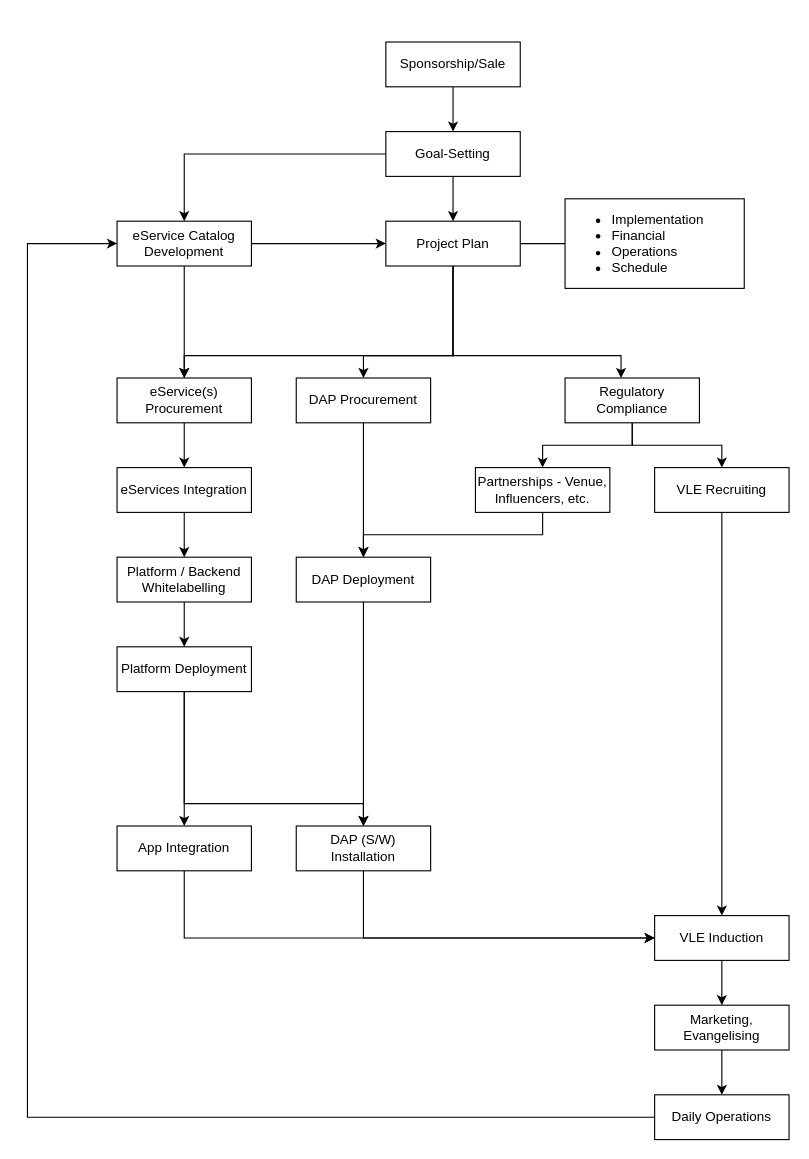
Before: page "Project-Cycle" (5 of 8) of india-lab/india-lab-2021.drawio in akshitsingla/drawio-diagrams, a draw.io diagram. Source tidied: cells renumbered, new cells numbered last; positions are measured from the earlier drawing's top-left corner, leaving out a move shared by most shapes. Both pictures are drawn from the tidied source at 112%, with x=0, y=0 at pixel (27, 41).
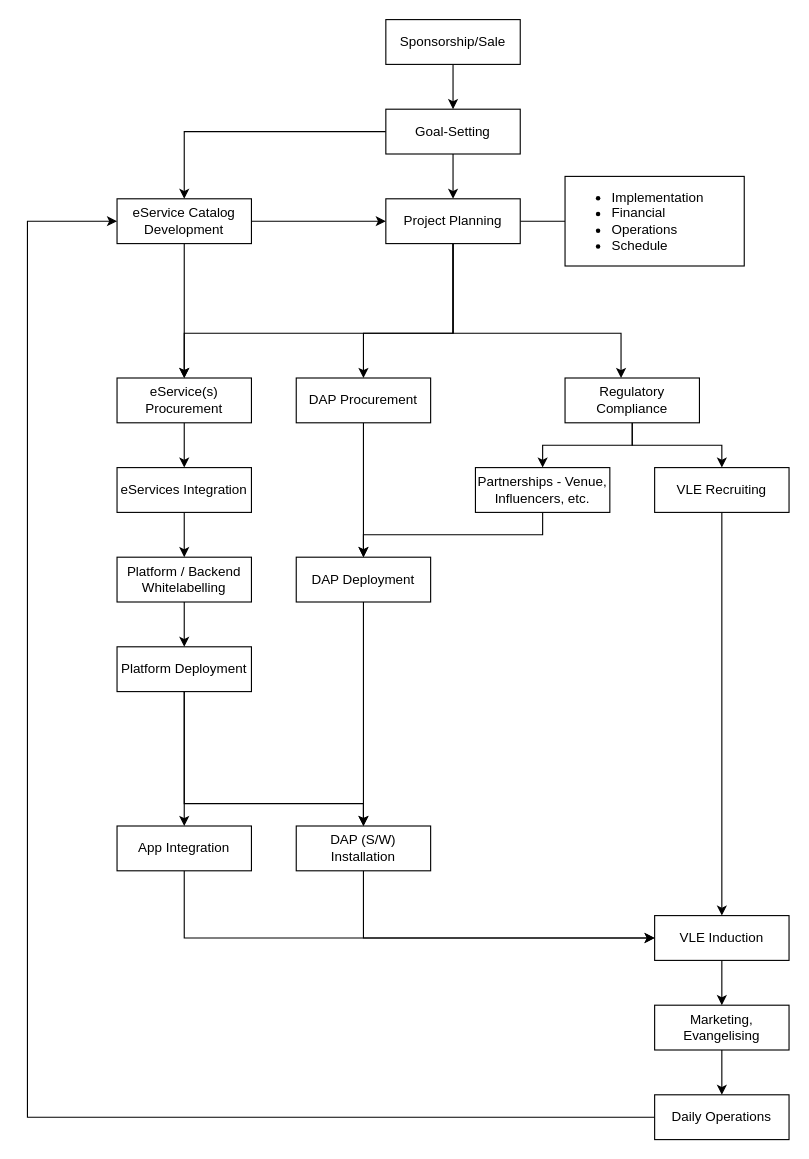
Above is the later version.

Unchanged cells that the change refers to:
```xml
<mxCell id="8" value="DAP Procurement" style="rounded=0;whiteSpace=wrap;html=1;" parent="1" vertex="1">
  <mxGeometry x="240" y="300" width="120" height="40" as="geometry" />
</mxCell>
<mxCell id="31" value="eService(s) Procurement" style="rounded=0;whiteSpace=wrap;html=1;" parent="1" vertex="1">
  <mxGeometry x="80" y="300" width="120" height="40" as="geometry" />
</mxCell>
<mxCell id="39" value="Daily Operations" style="rounded=0;whiteSpace=wrap;html=1;" parent="1" vertex="1">
  <mxGeometry x="560" y="940" width="120" height="40" as="geometry" />
</mxCell>
<mxCell id="42" value="Regulatory Compliance" style="rounded=0;whiteSpace=wrap;html=1;" parent="1" vertex="1">
  <mxGeometry x="480" y="300" width="120" height="40" as="geometry" />
</mxCell>
```

The edit, as a diff of the source:
```diff
@@
     <mxCell id="3" value="Sponsorship/Sale" style="rounded=0;whiteSpace=wrap;html=1;" parent="1" vertex="1">
-      <mxGeometry x="320" width="120" height="40" as="geometry" />
+      <mxGeometry x="320" y="-20" width="120" height="40" as="geometry" />
     </mxCell>
@@
     <mxCell id="6" value="Goal-Setting" style="rounded=0;whiteSpace=wrap;html=1;" parent="1" vertex="1">
-      <mxGeometry x="320" y="80" width="120" height="40" as="geometry" />
+      <mxGeometry x="320" y="60" width="120" height="40" as="geometry" />
     </mxCell>
@@
     <mxCell id="11" style="edgeStyle=orthogonalEdgeStyle;rounded=0;jettySize=auto;html=1;" parent="1" edge="1" source="15" target="8">
       <mxGeometry relative="1" as="geometry">
         <Array as="points">
-          <mxPoint x="380" y="280" />
-          <mxPoint x="300" y="280" />
+          <mxPoint x="380" y="260" />
+          <mxPoint x="300" y="260" />
         </Array>
       </mxGeometry>
     </mxCell>
     <mxCell id="12" style="edgeStyle=orthogonalEdgeStyle;rounded=0;jettySize=auto;html=1;entryX=0;entryY=0.5;entryDx=0;entryDy=0;endArrow=none;endFill=0;exitX=1;exitY=0.5;exitDx=0;exitDy=0;" parent="1" edge="1" source="15" target="43">
       <mxGeometry relative="1" as="geometry">
         <Array as="points">
-          <mxPoint x="460" y="180" />
-          <mxPoint x="460" y="180" />
+          <mxPoint x="460" y="160" />
+          <mxPoint x="460" y="160" />
         </Array>
       </mxGeometry>
     </mxCell>
     <mxCell id="13" style="edgeStyle=orthogonalEdgeStyle;rounded=0;jettySize=auto;html=1;endArrow=classic;endFill=1;" parent="1" edge="1" source="15" target="42">
       <mxGeometry relative="1" as="geometry">
         <Array as="points">
-          <mxPoint x="380" y="280" />
-          <mxPoint x="530" y="280" />
+          <mxPoint x="380" y="260" />
+          <mxPoint x="530" y="260" />
         </Array>
       </mxGeometry>
     </mxCell>
     <mxCell id="14" style="edgeStyle=orthogonalEdgeStyle;rounded=0;jettySize=auto;html=1;endArrow=classic;endFill=1;" parent="1" edge="1" source="15" target="31">
       <mxGeometry relative="1" as="geometry">
         <Array as="points">
-          <mxPoint x="380" y="280" />
-          <mxPoint x="140" y="280" />
+          <mxPoint x="380" y="260" />
+          <mxPoint x="140" y="260" />
         </Array>
       </mxGeometry>
     </mxCell>
-    <mxCell id="15" value="Project Plan" style="rounded=0;whiteSpace=wrap;html=1;" parent="1" vertex="1">
-      <mxGeometry x="320" y="160" width="120" height="40" as="geometry" />
+    <mxCell id="15" value="Project Planning" style="rounded=0;whiteSpace=wrap;html=1;" parent="1" vertex="1">
+      <mxGeometry x="320" y="140" width="120" height="40" as="geometry" />
     </mxCell>
@@
     <mxCell id="29" value="eService Catalog Development" style="rounded=0;whiteSpace=wrap;html=1;" parent="1" vertex="1">
-      <mxGeometry x="80" y="160" width="120" height="40" as="geometry" />
+      <mxGeometry x="80" y="140" width="120" height="40" as="geometry" />
     </mxCell>
@@
     <mxCell id="38" style="edgeStyle=orthogonalEdgeStyle;rounded=0;jettySize=auto;html=1;entryX=0;entryY=0.5;entryDx=0;entryDy=0;" parent="1" edge="1" source="39" target="29">
       <mxGeometry relative="1" as="geometry">
         <Array as="points">
           <mxPoint y="960" />
-          <mxPoint y="180" />
+          <mxPoint y="160" />
         </Array>
       </mxGeometry>
     </mxCell>
@@
     <mxCell id="43" value="&lt;ul&gt;&lt;li&gt;Implementation&lt;/li&gt;&lt;li&gt;Financial&lt;/li&gt;&lt;li&gt;Operations&lt;/li&gt;&lt;li&gt;Schedule&lt;/li&gt;&lt;/ul&gt;" style="rounded=0;whiteSpace=wrap;html=1;align=left;" parent="1" vertex="1">
-      <mxGeometry x="480" y="140" width="160" height="80" as="geometry" />
+      <mxGeometry x="480" y="120" width="160" height="80" as="geometry" />
     </mxCell>
```
